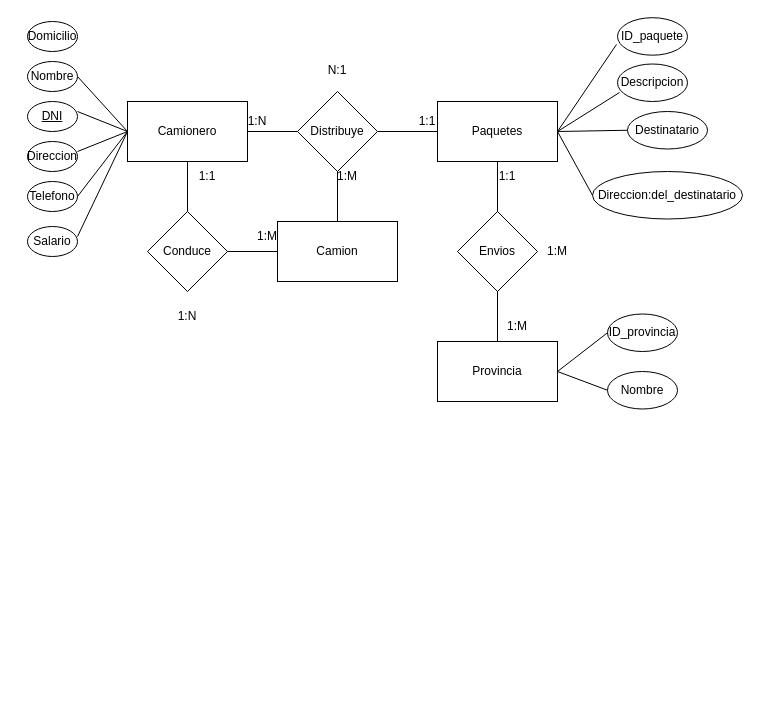
Before: Tarea_4_Alegre.drawio in Mati330/DB_Terciario, a draw.io diagram. Source tidied: cells renumbered, new cells numbered last; positions are measured from the earlier drawing's top-left corner, leaving out a move shared by most shapes. Both pictures are drawn from the tidied source at 100%, with x=0, y=0 at pixel (27, 17).
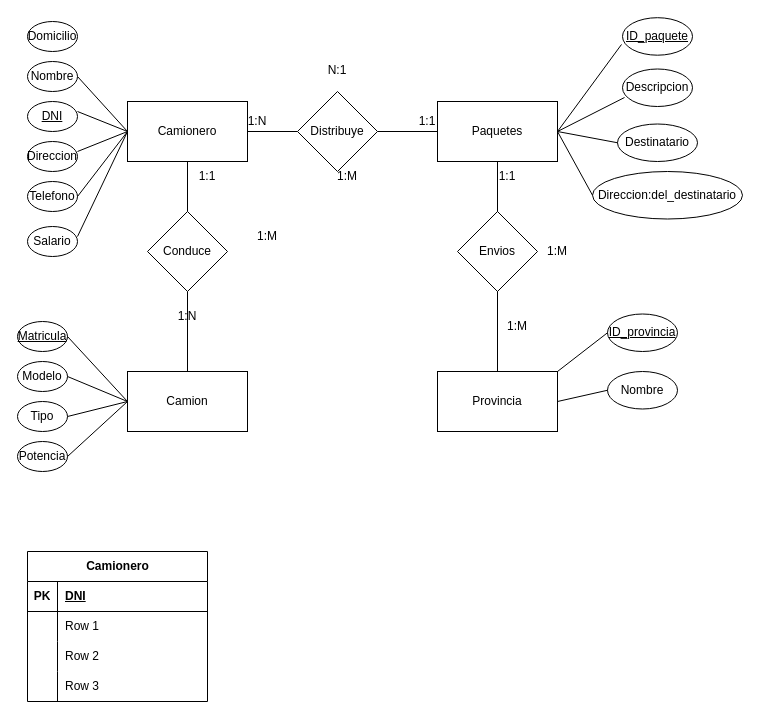
After the change.

The change refers to these unchanged cells:
```xml
<mxCell id="19" value="Distribuye" style="rhombus;whiteSpace=wrap;html=1;" parent="1" vertex="1">
  <mxGeometry x="270" y="74" width="80" height="80" as="geometry" />
</mxCell>
<mxCell id="39" value="Conduce" style="rhombus;whiteSpace=wrap;html=1;" parent="1" vertex="1">
  <mxGeometry x="120" y="194" width="80" height="80" as="geometry" />
</mxCell>
```

Diff of the diagram source:
```diff
@@
     <mxCell id="6" value="Provincia" style="rounded=0;whiteSpace=wrap;html=1;" parent="1" vertex="1">
-      <mxGeometry x="410" y="324" width="120" height="60" as="geometry" />
+      <mxGeometry x="410" y="354" width="120" height="60" as="geometry" />
     </mxCell>
@@
     <mxCell id="20" value="Descripcion" style="ellipse;whiteSpace=wrap;html=1;" parent="1" vertex="1">
-      <mxGeometry x="590" y="46.5" width="70" height="37.5" as="geometry" />
+      <mxGeometry x="595" y="51.5" width="70" height="37.5" as="geometry" />
     </mxCell>
     <mxCell id="21" value="Destinatario" style="ellipse;whiteSpace=wrap;html=1;" parent="1" vertex="1">
-      <mxGeometry x="600" y="94" width="80" height="37.5" as="geometry" />
+      <mxGeometry x="590" y="106.5" width="80" height="37.5" as="geometry" />
     </mxCell>
@@
-    <mxCell id="23" value="ID_paquete" style="ellipse;whiteSpace=wrap;html=1;" parent="1" vertex="1">
-      <mxGeometry x="590" y="0.2" width="70" height="37.5" as="geometry" />
+    <mxCell id="23" value="ID_paquete" style="ellipse;whiteSpace=wrap;html=1;fontStyle=4;" parent="1" vertex="1">
+      <mxGeometry x="595" y="0.2" width="70" height="37.5" as="geometry" />
     </mxCell>
@@
-    <mxCell id="35" value="ID_provincia" style="ellipse;whiteSpace=wrap;html=1;" parent="1" vertex="1">
+    <mxCell id="35" value="ID_provincia" style="ellipse;whiteSpace=wrap;html=1;fontStyle=4;" parent="1" vertex="1">
       <mxGeometry x="580" y="296.5" width="70" height="37.5" as="geometry" />
     </mxCell>
@@
     <mxCell id="40" value="Camion" style="rounded=0;whiteSpace=wrap;html=1;" parent="1" vertex="1">
-      <mxGeometry x="250" y="204" width="120" height="60" as="geometry" />
+      <mxGeometry x="100" y="354" width="120" height="60" as="geometry" />
     </mxCell>
-    <mxCell id="41" style="endArrow=none;html=1;rounded=0;entryX=0.5;entryY=1;entryDx=0;entryDy=0;exitX=0.5;exitY=0;exitDx=0;exitDy=0;" parent="1" edge="1" source="40" target="19">
-      <mxGeometry relative="1" as="geometry" />
-    </mxCell>
@@
-    <mxCell id="43" style="endArrow=none;html=1;rounded=0;entryX=0;entryY=0.5;entryDx=0;entryDy=0;exitX=1;exitY=0.5;exitDx=0;exitDy=0;" parent="1" edge="1" source="39" target="40">
+    <mxCell id="43" style="endArrow=none;html=1;rounded=0;entryX=0.5;entryY=0;entryDx=0;entryDy=0;exitX=0.5;exitY=1;exitDx=0;exitDy=0;" parent="1" edge="1" source="39" target="40">
       <mxGeometry relative="1" as="geometry" />
     </mxCell>
@@
+    <mxCell id="48" value="Modelo" style="ellipse;whiteSpace=wrap;html=1;" parent="1" vertex="1">
+      <mxGeometry x="-10" y="344" width="50" height="30" as="geometry" />
+    </mxCell>
+    <mxCell id="49" value="Tipo" style="ellipse;whiteSpace=wrap;html=1;" parent="1" vertex="1">
+      <mxGeometry x="-10" y="384" width="50" height="30" as="geometry" />
+    </mxCell>
+    <mxCell id="50" value="Potencia" style="ellipse;whiteSpace=wrap;html=1;" parent="1" vertex="1">
+      <mxGeometry x="-10" y="424" width="50" height="30" as="geometry" />
+    </mxCell>
+    <mxCell id="51" value="Matricula" style="ellipse;whiteSpace=wrap;html=1;fontStyle=4;" parent="1" vertex="1">
+      <mxGeometry x="-10" y="304" width="50" height="30" as="geometry" />
+    </mxCell>
+    <mxCell id="52" style="endArrow=none;html=1;rounded=0;exitX=1;exitY=0.5;exitDx=0;exitDy=0;entryX=0;entryY=0.5;entryDx=0;entryDy=0;" parent="1" edge="1" source="48" target="40">
+      <mxGeometry relative="1" as="geometry" />
+    </mxCell>
+    <mxCell id="53" style="endArrow=none;html=1;rounded=0;exitX=1;exitY=0.5;exitDx=0;exitDy=0;entryX=0;entryY=0.5;entryDx=0;entryDy=0;" parent="1" edge="1" source="49" target="40">
+      <mxGeometry relative="1" as="geometry" />
+    </mxCell>
+    <mxCell id="54" style="endArrow=none;html=1;rounded=0;exitX=1;exitY=0.5;exitDx=0;exitDy=0;entryX=0;entryY=0.5;entryDx=0;entryDy=0;" parent="1" edge="1" source="51" target="40">
+      <mxGeometry relative="1" as="geometry" />
+    </mxCell>
+    <mxCell id="55" style="endArrow=none;html=1;rounded=0;entryX=0;entryY=0.5;entryDx=0;entryDy=0;exitX=1;exitY=0.5;exitDx=0;exitDy=0;" parent="1" edge="1" source="50" target="40">
+      <mxGeometry relative="1" as="geometry" />
+    </mxCell>
+    <mxCell id="56" value="Camionero" style="shape=table;startSize=30;childLayout=tableLayout;rowLines=0;fontStyle=1;align=center;html=1;" parent="1" vertex="1">
+      <mxGeometry y="534" width="180" height="150" as="geometry" />
+    </mxCell>
+    <mxCell id="57" style="shape=tableRow;horizontal=0;startSize=0;swimlaneHead=0;swimlaneBody=0;fillColor=none;top=0;left=0;right=0;bottom=1;" parent="56" vertex="1">
+      <mxGeometry y="30" width="180" height="30" as="geometry" />
+    </mxCell>
+    <mxCell id="58" value="PK" style="shape=partialRectangle;fillColor=none;top=0;left=0;bottom=0;right=0;fontStyle=1;overflow=hidden;whiteSpace=wrap;html=1;" parent="57" vertex="1">
+      <mxGeometry width="30" height="30" as="geometry" />
+    </mxCell>
+    <mxCell id="59" value="DNI" style="shape=partialRectangle;fillColor=none;top=0;left=0;bottom=0;right=0;align=left;spacingLeft=6;fontStyle=5;overflow=hidden;whiteSpace=wrap;html=1;" parent="57" vertex="1">
+      <mxGeometry x="30" width="150" height="30" as="geometry" />
+    </mxCell>
+    <mxCell id="60" style="shape=tableRow;horizontal=0;startSize=0;swimlaneHead=0;swimlaneBody=0;fillColor=none;top=0;left=0;right=0;bottom=0;" parent="56" vertex="1">
+      <mxGeometry y="60" width="180" height="30" as="geometry" />
+    </mxCell>
+    <mxCell id="61" style="shape=partialRectangle;fillColor=none;top=0;left=0;bottom=0;right=0;overflow=hidden;whiteSpace=wrap;html=1;" parent="60" vertex="1">
+      <mxGeometry width="30" height="30" as="geometry" />
+    </mxCell>
+    <mxCell id="62" value="Row 1" style="shape=partialRectangle;fillColor=none;top=0;left=0;bottom=0;right=0;align=left;spacingLeft=6;overflow=hidden;whiteSpace=wrap;html=1;" parent="60" vertex="1">
+      <mxGeometry x="30" width="150" height="30" as="geometry" />
+    </mxCell>
+    <mxCell id="63" style="shape=tableRow;horizontal=0;startSize=0;swimlaneHead=0;swimlaneBody=0;fillColor=none;top=0;left=0;right=0;bottom=0;" parent="56" vertex="1">
+      <mxGeometry y="90" width="180" height="30" as="geometry" />
+    </mxCell>
+    <mxCell id="64" style="shape=partialRectangle;fillColor=none;top=0;left=0;bottom=0;right=0;overflow=hidden;whiteSpace=wrap;html=1;" parent="63" vertex="1">
+      <mxGeometry width="30" height="30" as="geometry" />
+    </mxCell>
+    <mxCell id="65" value="Row 2" style="shape=partialRectangle;fillColor=none;top=0;left=0;bottom=0;right=0;align=left;spacingLeft=6;overflow=hidden;whiteSpace=wrap;html=1;" parent="63" vertex="1">
+      <mxGeometry x="30" width="150" height="30" as="geometry" />
+    </mxCell>
+    <mxCell id="66" style="shape=tableRow;horizontal=0;startSize=0;swimlaneHead=0;swimlaneBody=0;fillColor=none;top=0;left=0;right=0;bottom=0;" parent="56" vertex="1">
+      <mxGeometry y="120" width="180" height="30" as="geometry" />
+    </mxCell>
+    <mxCell id="67" style="shape=partialRectangle;fillColor=none;top=0;left=0;bottom=0;right=0;overflow=hidden;whiteSpace=wrap;html=1;" parent="66" vertex="1">
+      <mxGeometry width="30" height="30" as="geometry" />
+    </mxCell>
+    <mxCell id="68" value="Row 3" style="shape=partialRectangle;fillColor=none;top=0;left=0;bottom=0;right=0;align=left;spacingLeft=6;overflow=hidden;whiteSpace=wrap;html=1;" parent="66" vertex="1">
+      <mxGeometry x="30" width="150" height="30" as="geometry" />
+    </mxCell>
```
